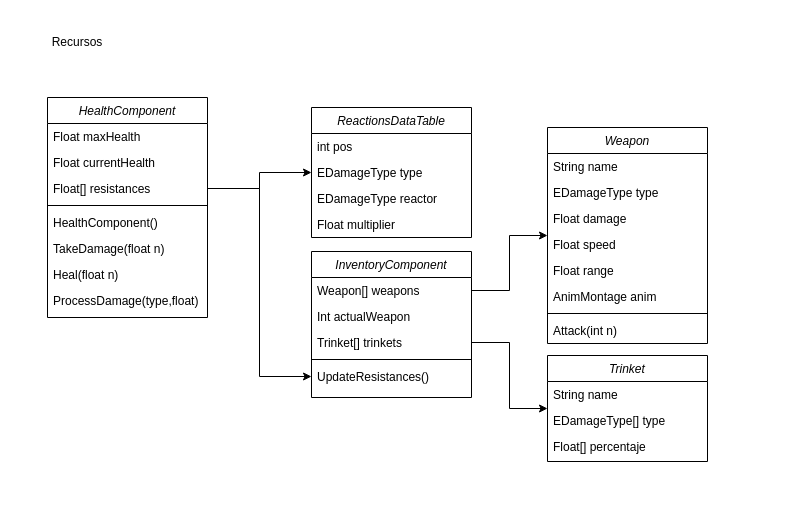
Before: Design/UMLs/Sigurd.drawio in Troodon-Studios/Sigurd, a draw.io diagram. Source tidied: cells renumbered, new cells numbered last; positions are measured from the earlier drawing's top-left corner, leaving out a move shared by most shapes. Both pictures are drawn from the tidied source at 100%, with x=0, y=0 at pixel (47, 27).
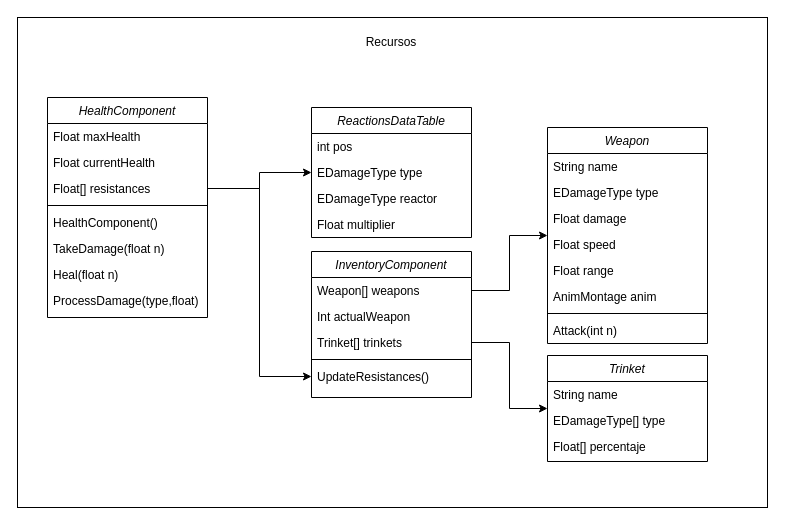
The same diagram, later.

Change to the diagram source:
```diff
@@
+    <mxCell id="40" style="rounded=0;whiteSpace=wrap;html=1;" parent="1" vertex="1">
+      <mxGeometry x="-30" y="-10" width="750" height="490" as="geometry" />
+    </mxCell>
@@
     <mxCell id="11" value="Recursos" style="text;html=1;strokeColor=none;fillColor=none;align=center;verticalAlign=middle;whiteSpace=wrap;rounded=0;" parent="1" vertex="1">
-      <mxGeometry width="60" height="30" as="geometry" />
+      <mxGeometry x="314" width="60" height="30" as="geometry" />
     </mxCell>
```
